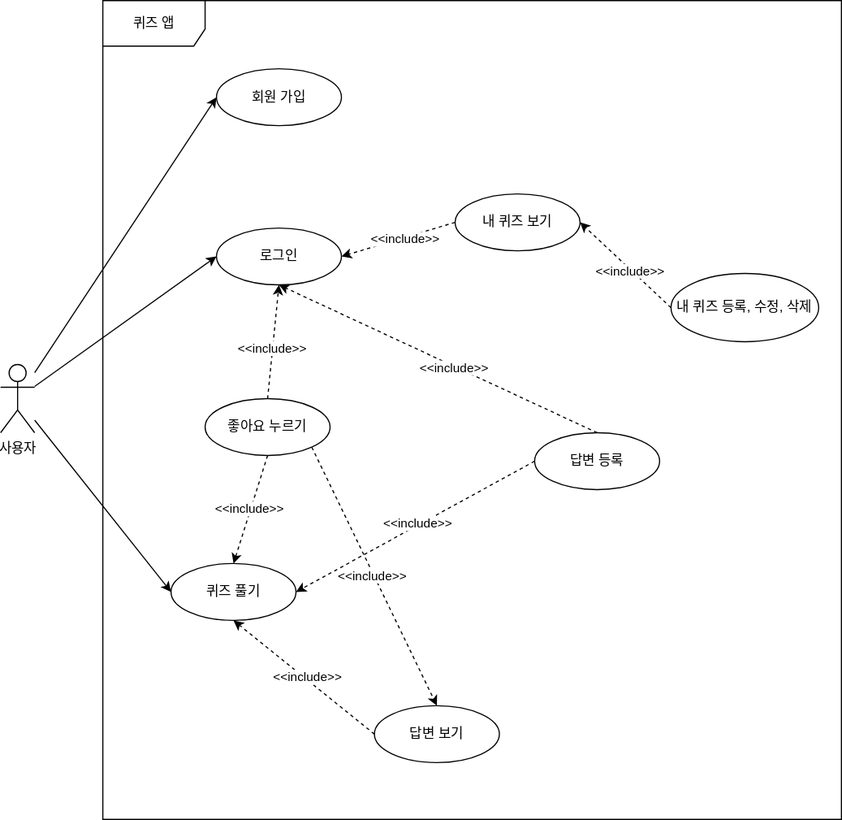
This is document/usecase.svg from leesh5000/Quiz-Moa-BE, a draw.io export, as it was before one commit. Source tidied: cells renumbered, new cells last; positions are measured from the earlier drawing's top-left corner, leaving out a move shared by most shapes.
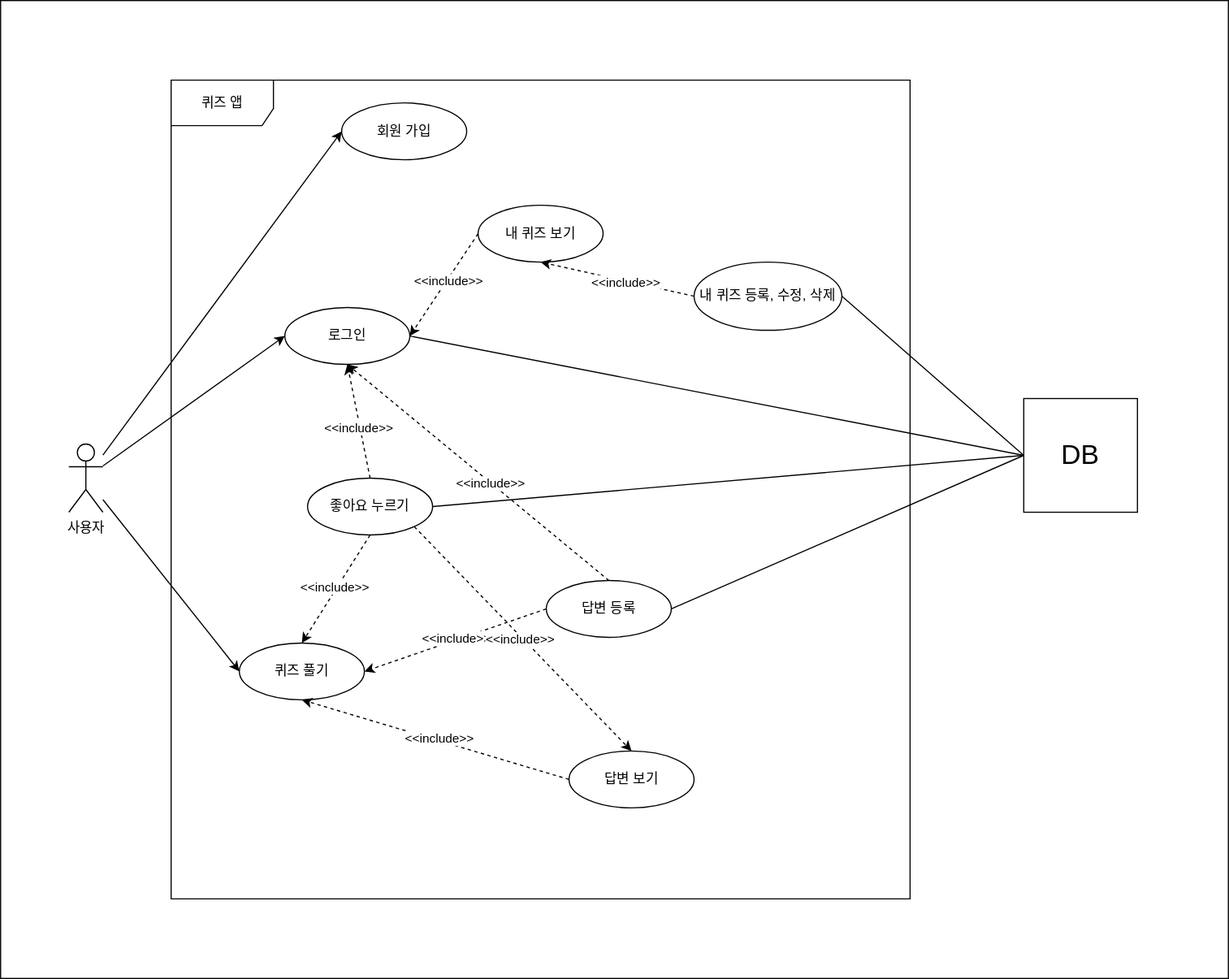
After the commit.

What changed in the source:
```diff
@@ -2,6 +2,9 @@
   <root>
     <mxCell id="0" />
     <mxCell id="1" parent="0" />
+    <mxCell id="31" style="rounded=0;whiteSpace=wrap;html=1;fontSize=24;" parent="1" vertex="1">
+      <mxGeometry x="-60" y="-70" width="1080" height="860" as="geometry" />
+    </mxCell>
     <mxCell id="2" value="퀴즈 앱" style="shape=umlFrame;whiteSpace=wrap;html=1;width=90;height=40;" parent="1" vertex="1">
       <mxGeometry x="90" width="650" height="720" as="geometry" />
     </mxCell>
@@ -18,7 +21,7 @@
       <mxGeometry y="320" width="30" height="60" as="geometry" />
     </mxCell>
     <mxCell id="7" value="회원 가입" style="ellipse;whiteSpace=wrap;html=1;" parent="1" vertex="1">
-      <mxGeometry x="190" y="60" width="110" height="50" as="geometry" />
+      <mxGeometry x="240" y="20" width="110" height="50" as="geometry" />
     </mxCell>
     <mxCell id="8" value="퀴즈 풀기" style="ellipse;whiteSpace=wrap;html=1;" parent="1" vertex="1">
       <mxGeometry x="150" y="495" width="110" height="50" as="geometry" />
@@ -36,13 +39,13 @@
       <mxGeometry x="-0.1" y="1" relative="1" as="geometry" />
     </mxCell>
     <mxCell id="13" value="답변 등록" style="ellipse;whiteSpace=wrap;html=1;" parent="1" vertex="1">
-      <mxGeometry x="470" y="380" width="110" height="50" as="geometry" />
+      <mxGeometry x="420" y="440" width="110" height="50" as="geometry" />
     </mxCell>
     <mxCell id="14" value="로그인" style="ellipse;whiteSpace=wrap;html=1;" parent="1" vertex="1">
       <mxGeometry x="190" y="200" width="110" height="50" as="geometry" />
     </mxCell>
     <mxCell id="15" value="좋아요 누르기" style="ellipse;whiteSpace=wrap;html=1;" parent="1" vertex="1">
-      <mxGeometry x="180" y="350" width="110" height="50" as="geometry" />
+      <mxGeometry x="210" y="350" width="110" height="50" as="geometry" />
     </mxCell>
     <mxCell id="16" style="edgeStyle=none;rounded=0;jettySize=auto;html=1;entryX=0.5;entryY=1;entryDx=0;entryDy=0;dashed=1;exitX=0.5;exitY=0;exitDx=0;exitDy=0;" parent="1" edge="1" source="15" target="14">
       <mxGeometry relative="1" as="geometry" />
@@ -57,7 +60,7 @@
       <mxGeometry x="-0.02" y="-2" relative="1" as="geometry" />
     </mxCell>
     <mxCell id="20" value="답변 보기" style="ellipse;whiteSpace=wrap;html=1;" parent="1" vertex="1">
-      <mxGeometry x="329" y="620" width="110" height="50" as="geometry" />
+      <mxGeometry x="440" y="590" width="110" height="50" as="geometry" />
     </mxCell>
     <mxCell id="21" style="edgeStyle=none;rounded=0;jettySize=auto;html=1;entryX=0.5;entryY=1;entryDx=0;entryDy=0;exitX=0;exitY=0.5;exitDx=0;exitDy=0;dashed=1;" parent="1" edge="1" source="20" target="8">
       <mxGeometry relative="1" as="geometry" />
@@ -66,7 +69,7 @@
       <mxGeometry x="-0.02" y="-2" relative="1" as="geometry" />
     </mxCell>
     <mxCell id="23" value="내 퀴즈 보기" style="ellipse;whiteSpace=wrap;html=1;" parent="1" vertex="1">
-      <mxGeometry x="400" y="170" width="110" height="50" as="geometry" />
+      <mxGeometry x="360" y="110" width="110" height="50" as="geometry" />
     </mxCell>
     <mxCell id="24" style="edgeStyle=none;rounded=0;jettySize=auto;html=1;entryX=1;entryY=0.5;entryDx=0;entryDy=0;dashed=1;exitX=0;exitY=0.5;exitDx=0;exitDy=0;" parent="1" edge="1" source="23" target="14">
       <mxGeometry relative="1" as="geometry" />
@@ -75,9 +78,9 @@
       <mxGeometry x="-0.1" y="1" relative="1" as="geometry" />
     </mxCell>
     <mxCell id="26" value="내 퀴즈 등록, 수정, 삭제" style="ellipse;whiteSpace=wrap;html=1;" parent="1" vertex="1">
-      <mxGeometry x="590" y="240" width="130" height="60" as="geometry" />
+      <mxGeometry x="550" y="160" width="130" height="60" as="geometry" />
     </mxCell>
-    <mxCell id="27" style="edgeStyle=none;rounded=0;jettySize=auto;html=1;entryX=1;entryY=0.5;entryDx=0;entryDy=0;dashed=1;exitX=0;exitY=0.5;exitDx=0;exitDy=0;" parent="1" edge="1" source="26" target="23">
+    <mxCell id="27" style="edgeStyle=none;rounded=0;jettySize=auto;html=1;entryX=0.5;entryY=1;entryDx=0;entryDy=0;dashed=1;exitX=0;exitY=0.5;exitDx=0;exitDy=0;" parent="1" edge="1" source="26" target="23">
       <mxGeometry relative="1" as="geometry" />
     </mxCell>
     <mxCell id="28" value="&amp;lt;&amp;lt;include&amp;gt;&amp;gt;" style="edgeLabel;html=1;align=center;verticalAlign=middle;" parent="27" vertex="1">
@@ -89,5 +92,20 @@
     <mxCell id="30" value="&amp;lt;&amp;lt;include&amp;gt;&amp;gt;" style="edgeLabel;html=1;align=center;verticalAlign=middle;" parent="29" vertex="1">
       <mxGeometry x="-0.02" y="-2" relative="1" as="geometry" />
     </mxCell>
+    <mxCell id="32" style="edgeStyle=none;rounded=0;jettySize=auto;html=1;entryX=1;entryY=0.5;entryDx=0;entryDy=0;strokeColor=default;fontSize=24;endArrow=none;endFill=0;exitX=0;exitY=0.5;exitDx=0;exitDy=0;" parent="1" edge="1" source="36" target="14">
+      <mxGeometry relative="1" as="geometry" />
+    </mxCell>
+    <mxCell id="33" style="edgeStyle=none;rounded=0;jettySize=auto;html=1;entryX=1;entryY=0.5;entryDx=0;entryDy=0;strokeColor=default;fontSize=24;endArrow=none;endFill=0;exitX=0;exitY=0.5;exitDx=0;exitDy=0;" parent="1" edge="1" source="36" target="26">
+      <mxGeometry relative="1" as="geometry" />
+    </mxCell>
+    <mxCell id="34" style="edgeStyle=none;rounded=0;jettySize=auto;html=1;entryX=1;entryY=0.5;entryDx=0;entryDy=0;strokeColor=default;fontSize=24;endArrow=none;endFill=0;exitX=0;exitY=0.5;exitDx=0;exitDy=0;" parent="1" edge="1" source="36" target="13">
+      <mxGeometry relative="1" as="geometry" />
+    </mxCell>
+    <mxCell id="35" style="edgeStyle=none;rounded=0;jettySize=auto;html=1;entryX=1;entryY=0.5;entryDx=0;entryDy=0;strokeColor=default;fontSize=24;endArrow=none;endFill=0;exitX=0;exitY=0.5;exitDx=0;exitDy=0;" parent="1" edge="1" source="36" target="15">
+      <mxGeometry relative="1" as="geometry" />
+    </mxCell>
+    <mxCell id="36" value="&lt;font style=&quot;font-size: 24px;&quot;&gt;DB&lt;/font&gt;" style="whiteSpace=wrap;html=1;" parent="1" vertex="1">
+      <mxGeometry x="840" y="280" width="100" height="100" as="geometry" />
+    </mxCell>
   </root>
 </mxGraphModel>
```
